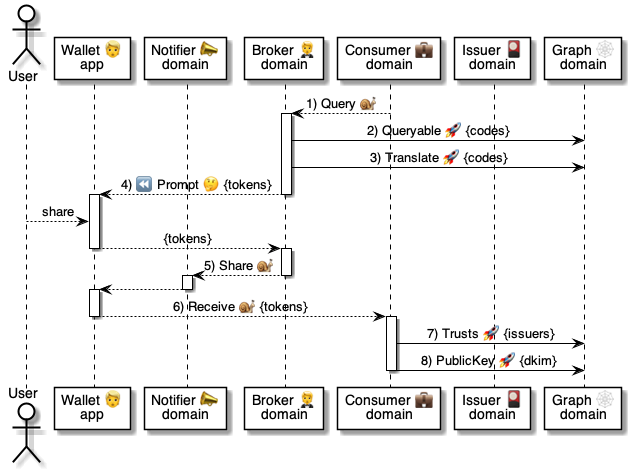
Before: 5 ⏩ Flows/90 🧑‍🦰👉 Wallets/40 👉🎫 Tokens/.📎 Assets/⚙️ Share Token.png, a diagram exported from PlantUML (pollyweb-org/pollyweb-docs). Its source is kept beside it as 5 ⏩ Flows/90 🧑‍🦰👉 Wallets/40 👉🎫 Tokens/.📎 Assets/⚙️ Share Token.puml.
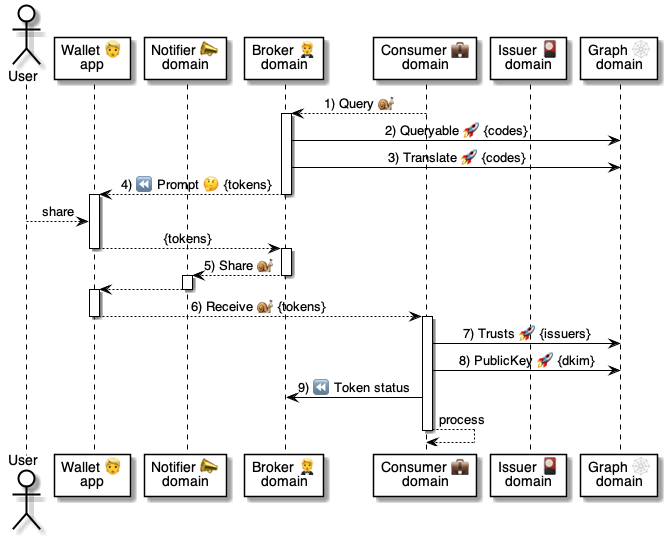
Later version of the same file.

Diff of the diagram source:
```diff
@@ -20,6 +20,8 @@
         broker --> wallet: 4) ⏪ Prompt 🤔 {tokens}
     deactivate broker
 
+
+
     activate wallet
         user --> wallet: share
         wallet --> broker: {tokens}
@@ -37,9 +39,14 @@
         wallet --> consumer: 6) Receive 🐌 {tokens}
     deactivate wallet
 
+
     activate consumer
-        consumer -> graph: 7) Trusts 🚀 {issuers}
-        consumer -> graph: 8) PublicKey 🚀 {dkim}
+
+            consumer -> graph: 7) Trusts 🚀 {issuers}
+            consumer -> graph: 8) PublicKey 🚀 {dkim}
+            consumer -> broker: 9) ⏪ Token status
+
+        consumer --> consumer: process
     deactivate consumer
 
 
```
